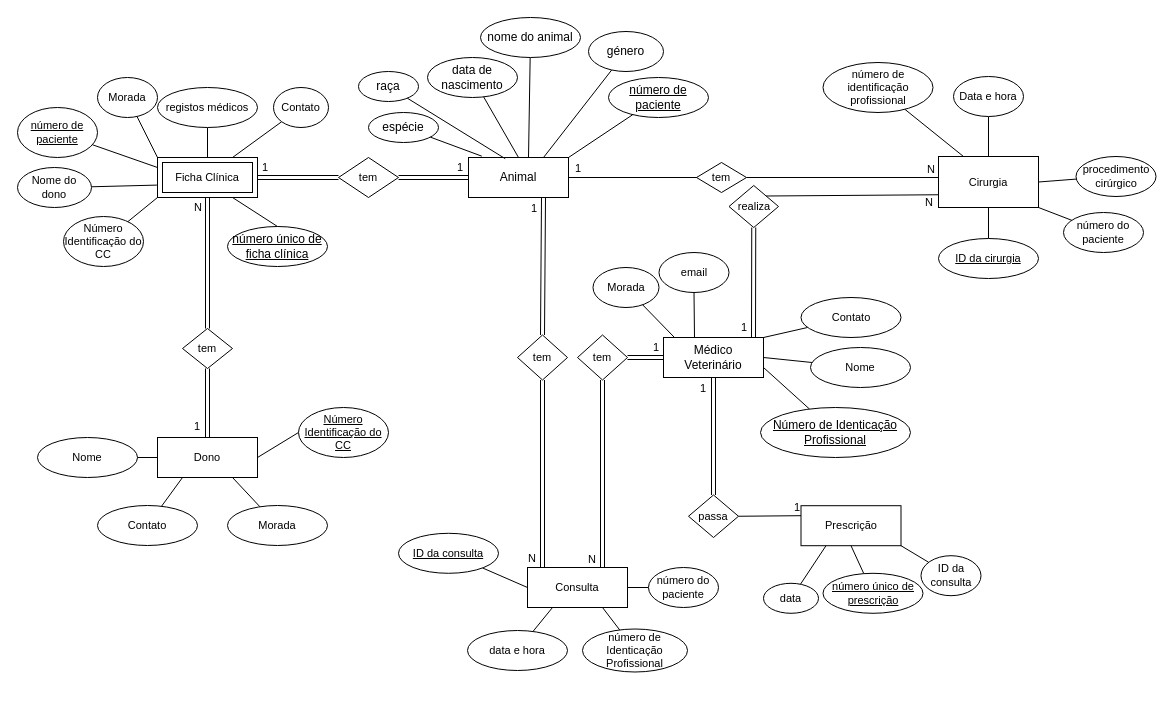
Earlier version of the draw.io diagram page "Page-1" (1 of 2) of Projeto/DER.drawio (joaomonteir0/BD). Source tidied: cells renumbered, new cells numbered last; positions are measured from the earlier drawing's top-left corner, leaving out a move shared by most shapes. Both pictures are drawn from the tidied source at 100%, with x=0, y=0 at pixel (17, 17).
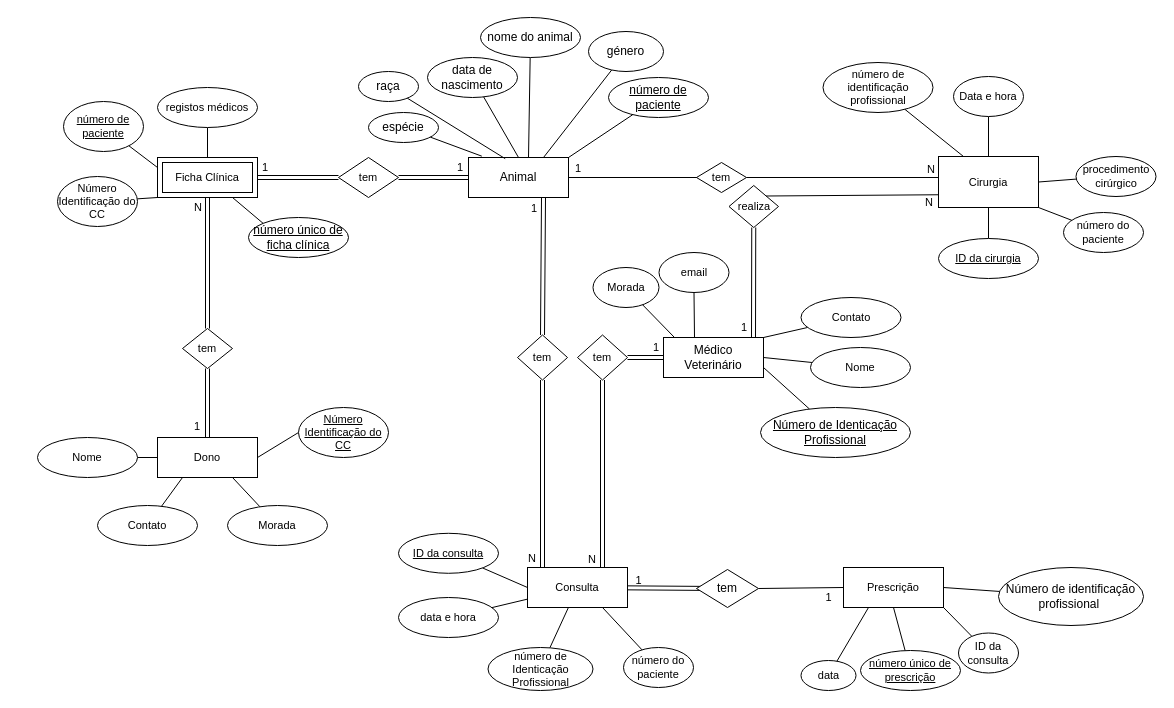
The same diagram, later.

Unchanged cells that the change refers to:
```xml
<mxCell id="29" value="Ficha Clínica" style="shape=ext;margin=3;double=1;whiteSpace=wrap;html=1;align=center;fontFamily=Helvetica;fontSize=11;fontColor=default;" parent="1" vertex="1">
  <mxGeometry x="140" y="140" width="100" height="40" as="geometry" />
</mxCell>
<mxCell id="38" value="Médico Veterinário" style="whiteSpace=wrap;html=1;align=center;" parent="1" vertex="1">
  <mxGeometry x="646" y="320" width="100" height="40" as="geometry" />
</mxCell>
<mxCell id="49" value="Consulta" style="whiteSpace=wrap;html=1;align=center;fontFamily=Helvetica;fontSize=11;fontColor=default;" parent="1" vertex="1">
  <mxGeometry x="510" y="550" width="100" height="40" as="geometry" />
</mxCell>
```

Change to the diagram source:
```diff
@@
     <mxCell id="26" value="número de paciente" style="ellipse;whiteSpace=wrap;html=1;align=center;fontStyle=4;fontFamily=Helvetica;fontSize=11;fontColor=default;" parent="1" vertex="1">
-      <mxGeometry y="90" width="80" height="50" as="geometry" />
+      <mxGeometry x="46" y="84" width="80" height="50" as="geometry" />
     </mxCell>
@@
     <mxCell id="31" value="Número Identificação do CC" style="ellipse;whiteSpace=wrap;html=1;align=center;fontFamily=Helvetica;fontSize=11;fontColor=default;" parent="1" vertex="1">
-      <mxGeometry x="46" y="199" width="80" height="50" as="geometry" />
+      <mxGeometry x="40" y="159" width="80" height="50" as="geometry" />
     </mxCell>
-    <mxCell id="32" style="edgeStyle=none;shape=connector;rounded=0;jettySize=auto;html=1;entryX=-0.006;entryY=0.69;entryDx=0;entryDy=0;labelBackgroundColor=default;strokeColor=default;fontFamily=Helvetica;fontSize=11;fontColor=default;endArrow=none;entryPerimeter=0;" parent="1" edge="1" source="33" target="29">
-      <mxGeometry relative="1" as="geometry" />
-    </mxCell>
-    <mxCell id="33" value="Nome do dono" style="ellipse;whiteSpace=wrap;html=1;align=center;fontFamily=Helvetica;fontSize=11;fontColor=default;" parent="1" vertex="1">
-      <mxGeometry y="150" width="74" height="40" as="geometry" />
-    </mxCell>
-    <mxCell id="34" style="edgeStyle=none;shape=connector;rounded=0;jettySize=auto;html=1;entryX=0;entryY=0;entryDx=0;entryDy=0;labelBackgroundColor=default;strokeColor=default;fontFamily=Helvetica;fontSize=11;fontColor=default;endArrow=none;" parent="1" edge="1" source="35" target="29">
-      <mxGeometry relative="1" as="geometry" />
-    </mxCell>
-    <mxCell id="35" value="Morada" style="ellipse;whiteSpace=wrap;html=1;align=center;fontFamily=Helvetica;fontSize=11;fontColor=default;" parent="1" vertex="1">
-      <mxGeometry x="80" y="60" width="60" height="40" as="geometry" />
-    </mxCell>
-    <mxCell id="36" style="edgeStyle=none;shape=connector;rounded=0;jettySize=auto;html=1;labelBackgroundColor=default;strokeColor=default;fontFamily=Helvetica;fontSize=11;fontColor=default;endArrow=none;entryX=0.75;entryY=0;entryDx=0;entryDy=0;" parent="1" edge="1" source="37" target="29">
-      <mxGeometry relative="1" as="geometry" />
-    </mxCell>
-    <mxCell id="37" value="Contato" style="ellipse;whiteSpace=wrap;html=1;align=center;fontFamily=Helvetica;fontSize=11;fontColor=default;" parent="1" vertex="1">
-      <mxGeometry x="256" y="70" width="55" height="40" as="geometry" />
-    </mxCell>
@@
+    <mxCell id="114" style="rounded=0;jettySize=auto;html=1;endArrow=none;endFill=0;shape=link;" parent="1" edge="1" source="49">
+      <mxGeometry relative="1" as="geometry">
+        <mxPoint x="701" y="571" as="targetPoint" />
+      </mxGeometry>
+    </mxCell>
@@
-    <mxCell id="50" style="edgeStyle=none;shape=connector;rounded=0;jettySize=auto;html=1;entryX=0.25;entryY=1;entryDx=0;entryDy=0;labelBackgroundColor=default;strokeColor=default;fontFamily=Helvetica;fontSize=11;fontColor=default;endArrow=none;" parent="1" edge="1" source="51" target="49">
+    <mxCell id="50" style="edgeStyle=none;shape=connector;rounded=0;jettySize=auto;html=1;labelBackgroundColor=default;strokeColor=default;fontFamily=Helvetica;fontSize=11;fontColor=default;endArrow=none;" parent="1" edge="1" source="51" target="49">
       <mxGeometry relative="1" as="geometry" />
     </mxCell>
     <mxCell id="51" value="data e hora" style="ellipse;whiteSpace=wrap;html=1;align=center;fontFamily=Helvetica;fontSize=11;fontColor=default;" parent="1" vertex="1">
-      <mxGeometry x="450" y="613" width="100" height="40" as="geometry" />
+      <mxGeometry x="381" y="580" width="100" height="40" as="geometry" />
     </mxCell>
-    <mxCell id="52" style="edgeStyle=none;shape=connector;rounded=0;jettySize=auto;html=1;entryX=0.75;entryY=1;entryDx=0;entryDy=0;labelBackgroundColor=default;strokeColor=default;fontFamily=Helvetica;fontSize=11;fontColor=default;endArrow=none;" parent="1" edge="1" source="53" target="49">
+    <mxCell id="52" style="edgeStyle=none;shape=connector;rounded=0;jettySize=auto;html=1;labelBackgroundColor=default;strokeColor=default;fontFamily=Helvetica;fontSize=11;fontColor=default;endArrow=none;" parent="1" edge="1" source="53" target="49">
       <mxGeometry relative="1" as="geometry" />
     </mxCell>
     <mxCell id="53" value="número de Identicação Profissional" style="ellipse;whiteSpace=wrap;html=1;align=center;fontFamily=Helvetica;fontSize=11;fontColor=default;" parent="1" vertex="1">
-      <mxGeometry x="565" y="611.5" width="105" height="43" as="geometry" />
+      <mxGeometry x="470.5" y="630" width="105" height="43" as="geometry" />
     </mxCell>
@@
-    <mxCell id="56" style="edgeStyle=none;shape=connector;rounded=0;jettySize=auto;html=1;entryX=1;entryY=0.5;entryDx=0;entryDy=0;labelBackgroundColor=default;strokeColor=default;fontFamily=Helvetica;fontSize=11;fontColor=default;endArrow=none;" parent="1" edge="1" source="57" target="49">
+    <mxCell id="56" style="edgeStyle=none;shape=connector;rounded=0;jettySize=auto;html=1;entryX=0.75;entryY=1;entryDx=0;entryDy=0;labelBackgroundColor=default;strokeColor=default;fontFamily=Helvetica;fontSize=11;fontColor=default;endArrow=none;" parent="1" edge="1" source="57" target="49">
       <mxGeometry relative="1" as="geometry" />
     </mxCell>
     <mxCell id="57" value="número do paciente" style="ellipse;whiteSpace=wrap;html=1;align=center;fontFamily=Helvetica;fontSize=11;fontColor=default;" parent="1" vertex="1">
-      <mxGeometry x="631" y="550" width="70" height="40" as="geometry" />
+      <mxGeometry x="606" y="630" width="70" height="40" as="geometry" />
     </mxCell>
     <mxCell id="58" value="Prescrição" style="whiteSpace=wrap;html=1;align=center;fontFamily=Helvetica;fontSize=11;fontColor=default;" parent="1" vertex="1">
-      <mxGeometry x="783.5" y="488.2" width="100" height="40" as="geometry" />
+      <mxGeometry x="826" y="550" width="100" height="40" as="geometry" />
     </mxCell>
@@
     <mxCell id="60" value="número único de prescrição" style="ellipse;whiteSpace=wrap;html=1;align=center;fontStyle=4;fontFamily=Helvetica;fontSize=11;fontColor=default;" parent="1" vertex="1">
-      <mxGeometry x="805.5" y="555.8" width="100" height="40" as="geometry" />
+      <mxGeometry x="843" y="633" width="100" height="40" as="geometry" />
     </mxCell>
@@
     <mxCell id="62" value="data" style="ellipse;whiteSpace=wrap;html=1;align=center;fontFamily=Helvetica;fontSize=11;fontColor=default;" parent="1" vertex="1">
-      <mxGeometry x="746" y="565.8" width="55" height="30" as="geometry" />
+      <mxGeometry x="783.5" y="643" width="55" height="30" as="geometry" />
     </mxCell>
@@
     <mxCell id="64" value="ID da consulta" style="ellipse;whiteSpace=wrap;html=1;align=center;fontFamily=Helvetica;fontSize=11;fontColor=default;" parent="1" vertex="1">
-      <mxGeometry x="903.5" y="538.2" width="60" height="40" as="geometry" />
+      <mxGeometry x="941" y="615.5" width="60" height="40" as="geometry" />
     </mxCell>
@@
-    <mxCell id="94" value="passa" style="shape=rhombus;perimeter=rhombusPerimeter;whiteSpace=wrap;html=1;align=center;fontFamily=Helvetica;fontSize=11;fontColor=default;" parent="1" vertex="1">
-      <mxGeometry x="671" y="477.5" width="50" height="42.5" as="geometry" />
-    </mxCell>
-    <mxCell id="95" style="shape=link;html=1;rounded=0;labelBackgroundColor=default;strokeColor=default;fontFamily=Helvetica;fontSize=11;fontColor=default;endArrow=none;entryX=0.5;entryY=1;entryDx=0;entryDy=0;exitX=0.5;exitY=0;exitDx=0;exitDy=0;" parent="1" edge="1" source="94" target="38">
-      <mxGeometry relative="1" as="geometry" />
-    </mxCell>
-    <mxCell id="96" value="1" style="html=1;whiteSpace=wrap;align=right;verticalAlign=bottom;fontFamily=Helvetica;fontSize=11;fontColor=default;" parent="95" vertex="1">
-      <mxGeometry x="1" relative="1" as="geometry">
-        <mxPoint x="-6" y="19" as="offset" />
-      </mxGeometry>
-    </mxCell>
-    <mxCell id="97" style="endArrow=none;html=1;rounded=0;labelBackgroundColor=default;strokeColor=default;fontFamily=Helvetica;fontSize=11;fontColor=default;shape=connector;exitX=1;exitY=0.5;exitDx=0;exitDy=0;entryX=0;entryY=0.25;entryDx=0;entryDy=0;" parent="1" edge="1" source="94" target="58">
-      <mxGeometry relative="1" as="geometry" />
-    </mxCell>
-    <mxCell id="98" value="1" style="html=1;whiteSpace=wrap;align=right;verticalAlign=bottom;fontFamily=Helvetica;fontSize=11;fontColor=default;" parent="97" vertex="1">
-      <mxGeometry x="1" relative="1" as="geometry" />
-    </mxCell>
@@
     <mxCell id="112" value="número único de ficha clínica" style="ellipse;whiteSpace=wrap;html=1;align=center;fontStyle=4;" parent="1" vertex="1">
-      <mxGeometry x="210" y="209" width="100" height="40" as="geometry" />
+      <mxGeometry x="231" y="200" width="100" height="40" as="geometry" />
     </mxCell>
-    <mxCell id="113" style="endArrow=none;html=1;rounded=0;entryX=0.75;entryY=1;entryDx=0;entryDy=0;exitX=0.5;exitY=0;exitDx=0;exitDy=0;" parent="1" edge="1" source="112" target="29">
+    <mxCell id="113" style="endArrow=none;html=1;rounded=0;entryX=0.75;entryY=1;entryDx=0;entryDy=0;exitX=0;exitY=0;exitDx=0;exitDy=0;" parent="1" edge="1" source="112" target="29">
       <mxGeometry relative="1" as="geometry" />
     </mxCell>
+    <mxCell id="115" style="rounded=0;jettySize=auto;html=1;entryX=0;entryY=0.5;entryDx=0;entryDy=0;endArrow=none;endFill=0;exitX=1;exitY=0.5;exitDx=0;exitDy=0;" parent="1" edge="1" source="116" target="58">
+      <mxGeometry relative="1" as="geometry" />
+    </mxCell>
+    <mxCell id="116" value="tem" style="shape=rhombus;perimeter=rhombusPerimeter;whiteSpace=wrap;html=1;align=center;" parent="1" vertex="1">
+      <mxGeometry x="679" y="552" width="62" height="38" as="geometry" />
+    </mxCell>
+    <mxCell id="117" value="1" style="text;html=1;align=center;verticalAlign=middle;strokeColor=none;fillColor=none;fontSize=11;fontFamily=Helvetica;fontColor=default;" parent="1" vertex="1">
+      <mxGeometry x="606" y="548" width="30" height="30" as="geometry" />
+    </mxCell>
+    <mxCell id="118" value="1" style="text;html=1;align=center;verticalAlign=middle;strokeColor=none;fillColor=none;fontSize=11;fontFamily=Helvetica;fontColor=default;" parent="1" vertex="1">
+      <mxGeometry x="796" y="565.2" width="30" height="30" as="geometry" />
+    </mxCell>
+    <mxCell id="119" style="edgeStyle=none;shape=connector;rounded=0;jettySize=auto;html=1;entryX=1;entryY=0.5;entryDx=0;entryDy=0;labelBackgroundColor=default;strokeColor=default;fontFamily=Helvetica;fontSize=11;fontColor=default;endArrow=none;endFill=0;" parent="1" edge="1" source="120" target="58">
+      <mxGeometry relative="1" as="geometry" />
+    </mxCell>
+    <mxCell id="120" value="&lt;font style=&quot;font-size: 12px;&quot;&gt;Número de identificação profissional&amp;nbsp;&lt;/font&gt;" style="ellipse;whiteSpace=wrap;html=1;align=center;fontFamily=Helvetica;fontSize=11;fontColor=default;" parent="1" vertex="1">
+      <mxGeometry x="981" y="550" width="145" height="58" as="geometry" />
+    </mxCell>
```
